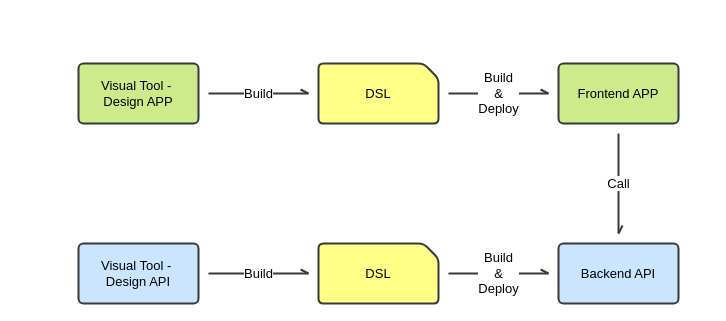
The draw.io diagram page "workflow" (1 of 2) of content/wiki/coding/low-code/draw.drawio in sunnymix/sunnymix.com, before the edit. Source tidied: cells renumbered, new cells numbered last; positions are measured from the earlier drawing's top-left corner, leaving out a move shared by most shapes. Both pictures are drawn from the tidied source at 100%, with x=0, y=0 at pixel (78, 63).
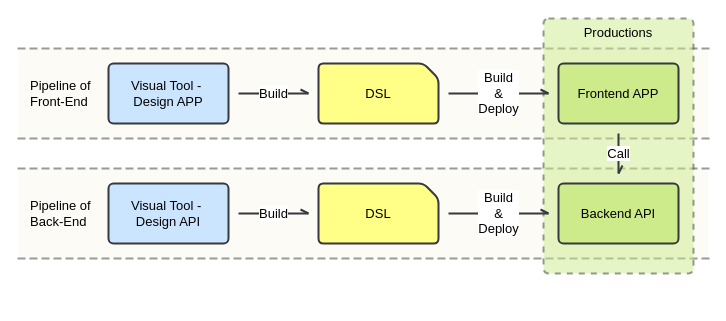
Above is the later version.

Commit message (it also covers changes not shown here):
Edit coding--lowcode

The edit, as a diff of the source:
```diff
@@
 <mxGraphModel>
   <root>
     <mxCell id="0" />
     <mxCell id="1" parent="0" />
+    <mxCell id="13" value="Pipeline of &lt;br style=&quot;font-size: 13px;&quot;&gt;Back-End" style="shape=partialRectangle;whiteSpace=wrap;html=1;left=0;right=0;fillColor=#f9f7ed;rounded=1;dashed=1;fontSize=13;strokeWidth=2;opacity=50;align=left;strokeColor=#36393d;spacingLeft=10;" parent="1" vertex="1">
+      <mxGeometry x="-60" y="105" width="690" height="90" as="geometry" />
+    </mxCell>
+    <mxCell id="14" value="Pipeline of &lt;br style=&quot;font-size: 13px;&quot;&gt;Front-End" style="shape=partialRectangle;whiteSpace=wrap;html=1;left=0;right=0;rounded=1;dashed=1;fontSize=13;strokeWidth=2;opacity=50;align=left;fillColor=#f9f7ed;strokeColor=#36393d;spacingLeft=10;" parent="1" vertex="1">
+      <mxGeometry x="-60" y="-15" width="690" height="90" as="geometry" />
+    </mxCell>
+    <mxCell id="15" value="Productions" style="rounded=1;whiteSpace=wrap;html=1;strokeWidth=2;absoluteArcSize=1;arcSize=10;fontSize=13;fillColor=#cdeb8b;strokeColor=#36393d;verticalAlign=top;opacity=50;dashed=1;" parent="1" vertex="1">
+      <mxGeometry x="465" y="-45" width="150" height="255" as="geometry" />
+    </mxCell>
     <mxCell id="2" value="Build" style="edgeStyle=orthogonalEdgeStyle;rounded=0;jettySize=auto;html=1;perimeterSpacing=10;endArrow=openAsync;endFill=0;strokeWidth=2;fontSize=13;fillColor=#eeeeee;strokeColor=#36393d;" parent="1" edge="1" source="3" target="11">
       <mxGeometry relative="1" as="geometry" />
     </mxCell>
-    <mxCell id="3" value="Visual Tool -&amp;nbsp;&lt;br&gt;Design APP" style="rounded=1;whiteSpace=wrap;html=1;strokeWidth=2;absoluteArcSize=1;arcSize=10;fontSize=13;fillColor=#cdeb8b;strokeColor=#36393d;" parent="1" vertex="1">
-      <mxGeometry width="120" height="60" as="geometry" />
+    <mxCell id="3" value="Visual Tool -&amp;nbsp;&lt;br style=&quot;font-size: 13px;&quot;&gt;Design APP" style="rounded=1;whiteSpace=wrap;html=1;strokeWidth=2;absoluteArcSize=1;arcSize=10;fontSize=13;fillColor=#cce5ff;strokeColor=#36393d;" parent="1" vertex="1">
+      <mxGeometry x="30" width="120" height="60" as="geometry" />
     </mxCell>
-    <mxCell id="4" value="Build&lt;br&gt;&amp;amp;&lt;br&gt;Deploy" style="edgeStyle=orthogonalEdgeStyle;rounded=0;jettySize=auto;html=1;perimeterSpacing=10;endArrow=openAsync;endFill=0;strokeWidth=2;fontSize=13;fillColor=#eeeeee;strokeColor=#36393d;" parent="1" edge="1" source="11" target="6">
+    <mxCell id="4" value="Build&lt;br style=&quot;font-size: 13px;&quot;&gt;&amp;amp;&lt;br style=&quot;font-size: 13px;&quot;&gt;Deploy" style="edgeStyle=orthogonalEdgeStyle;rounded=0;jettySize=auto;html=1;perimeterSpacing=10;endArrow=openAsync;endFill=0;strokeWidth=2;fontSize=13;fillColor=#eeeeee;strokeColor=#36393d;" parent="1" edge="1" source="11" target="6">
       <mxGeometry relative="1" as="geometry" />
     </mxCell>
     <mxCell id="5" value="Call" style="edgeStyle=orthogonalEdgeStyle;rounded=0;jettySize=auto;html=1;endArrow=openAsync;endFill=0;strokeWidth=2;perimeterSpacing=10;fontSize=13;fillColor=#eeeeee;strokeColor=#36393d;" parent="1" edge="1" source="6" target="10">
       <mxGeometry relative="1" as="geometry" />
     </mxCell>
     <mxCell id="6" value="Frontend APP" style="rounded=1;whiteSpace=wrap;html=1;strokeWidth=2;absoluteArcSize=1;arcSize=10;fontSize=13;fillColor=#cdeb8b;strokeColor=#36393d;" parent="1" vertex="1">
       <mxGeometry x="480" width="120" height="60" as="geometry" />
     </mxCell>
     <mxCell id="7" value="Build" style="edgeStyle=orthogonalEdgeStyle;rounded=0;jettySize=auto;html=1;endArrow=openAsync;endFill=0;strokeWidth=2;perimeterSpacing=10;fontSize=13;fillColor=#eeeeee;strokeColor=#36393d;" parent="1" edge="1" source="8" target="12">
       <mxGeometry relative="1" as="geometry" />
     </mxCell>
-    <mxCell id="8" value="Visual Tool -&amp;nbsp;&lt;br&gt;Design API" style="rounded=1;whiteSpace=wrap;html=1;strokeWidth=2;absoluteArcSize=1;arcSize=10;fontSize=13;fillColor=#cce5ff;strokeColor=#36393d;" parent="1" vertex="1">
-      <mxGeometry y="180" width="120" height="60" as="geometry" />
+    <mxCell id="8" value="Visual Tool -&amp;nbsp;&lt;br style=&quot;font-size: 13px;&quot;&gt;Design API" style="rounded=1;whiteSpace=wrap;html=1;strokeWidth=2;absoluteArcSize=1;arcSize=10;fontSize=13;fillColor=#cce5ff;strokeColor=#36393d;" parent="1" vertex="1">
+      <mxGeometry x="30" y="120" width="120" height="60" as="geometry" />
     </mxCell>
-    <mxCell id="9" value="Build&lt;br&gt;&amp;amp;&lt;br&gt;Deploy" style="edgeStyle=orthogonalEdgeStyle;rounded=0;jettySize=auto;html=1;endArrow=openAsync;endFill=0;strokeWidth=2;perimeterSpacing=10;fontSize=13;fillColor=#eeeeee;strokeColor=#36393d;" parent="1" edge="1" source="12" target="10">
+    <mxCell id="9" value="Build&lt;br style=&quot;font-size: 13px;&quot;&gt;&amp;amp;&lt;br style=&quot;font-size: 13px;&quot;&gt;Deploy" style="edgeStyle=orthogonalEdgeStyle;rounded=0;jettySize=auto;html=1;endArrow=openAsync;endFill=0;strokeWidth=2;perimeterSpacing=10;fontSize=13;fillColor=#eeeeee;strokeColor=#36393d;" parent="1" edge="1" source="12" target="10">
       <mxGeometry relative="1" as="geometry" />
     </mxCell>
-    <mxCell id="10" value="Backend API" style="rounded=1;whiteSpace=wrap;html=1;strokeWidth=2;absoluteArcSize=1;arcSize=10;fontSize=13;fillColor=#cce5ff;strokeColor=#36393d;" parent="1" vertex="1">
-      <mxGeometry x="480" y="180" width="120" height="60" as="geometry" />
+    <mxCell id="10" value="Backend API" style="rounded=1;whiteSpace=wrap;html=1;strokeWidth=2;absoluteArcSize=1;arcSize=10;fontSize=13;fillColor=#cdeb8b;strokeColor=#36393d;" parent="1" vertex="1">
+      <mxGeometry x="480" y="120" width="120" height="60" as="geometry" />
     </mxCell>
     <mxCell id="11" value="DSL" style="shape=card;whiteSpace=wrap;html=1;fontSize=13;strokeWidth=2;rounded=1;arcSize=10;direction=south;size=15;fillColor=#ffff88;strokeColor=#36393d;" parent="1" vertex="1">
       <mxGeometry x="240" width="120" height="60" as="geometry" />
     </mxCell>
     <mxCell id="12" value="DSL" style="shape=card;whiteSpace=wrap;html=1;fontSize=13;strokeWidth=2;rounded=1;arcSize=10;direction=south;size=15;fillColor=#ffff88;strokeColor=#36393d;" parent="1" vertex="1">
-      <mxGeometry x="240" y="180" width="120" height="60" as="geometry" />
+      <mxGeometry x="240" y="120" width="120" height="60" as="geometry" />
     </mxCell>
   </root>
 </mxGraphModel>
```
